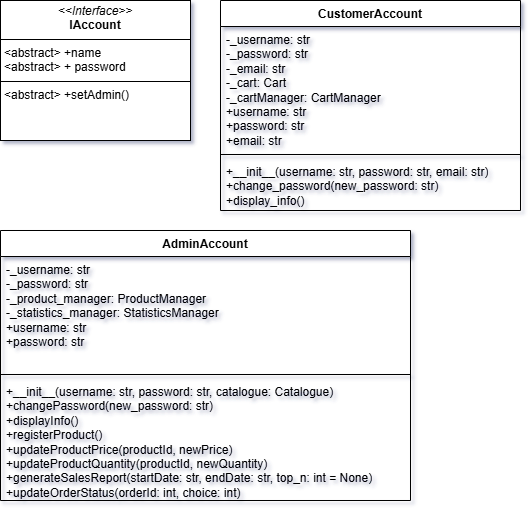
Earlier version of the draw.io export Documentation/Account.drawio.png (Arunchakrey/software_archers). Source tidied: cells renumbered, new cells last; positions are measured from the earlier drawing's top-left corner, leaving out a move shared by most shapes. Its diagram source:
```xml
<mxGraphModel>
  <root>
    <mxCell id="0" />
    <mxCell id="1" parent="0" />
    <mxCell id="2" value="CustomerAccount" style="swimlane;fontStyle=1;align=center;verticalAlign=top;horizontal=1;startSize=26;whiteSpace=wrap;html=1;" parent="1" vertex="1">
      <mxGeometry x="220" width="300" height="210" as="geometry" />
    </mxCell>
    <mxCell id="3" value="-_username: str&lt;div&gt;-_password: str&lt;/div&gt;&lt;div&gt;-_email: str&lt;/div&gt;&lt;div&gt;-_cart: Cart&lt;/div&gt;&lt;div&gt;&lt;div&gt;-_cartManager: CartManager&lt;/div&gt;&lt;/div&gt;&lt;div&gt;+username: str&lt;div&gt;+password: str&lt;/div&gt;&lt;div&gt;+email: str&lt;/div&gt;&lt;/div&gt;" style="text;strokeColor=none;fillColor=none;align=left;verticalAlign=top;spacingLeft=4;spacingRight=4;overflow=hidden;whiteSpace=wrap;html=1;" parent="2" vertex="1">
      <mxGeometry y="26" width="300" height="124" as="geometry" />
    </mxCell>
    <mxCell id="4" style="line;strokeWidth=1;fillColor=none;align=left;verticalAlign=middle;spacingTop=-1;spacingLeft=3;spacingRight=3;labelPosition=right;strokeColor=inherit;" parent="2" vertex="1">
      <mxGeometry y="150" width="300" height="8" as="geometry" />
    </mxCell>
    <mxCell id="5" value="&lt;div&gt;+__init__(username: str, password: str, email: str)&lt;/div&gt;&lt;div&gt;+change_password(new_password: str)&lt;/div&gt;&lt;div&gt;+display_info()&lt;/div&gt;&lt;div&gt;&lt;br&gt;&lt;/div&gt;" style="text;strokeColor=none;fillColor=none;align=left;verticalAlign=top;spacingLeft=4;spacingRight=4;overflow=hidden;whiteSpace=wrap;html=1;" parent="2" vertex="1">
      <mxGeometry y="158" width="300" height="52" as="geometry" />
    </mxCell>
    <mxCell id="6" value="&lt;p style=&quot;margin:0px;margin-top:4px;text-align:center;&quot;&gt;&lt;i&gt;&amp;lt;&amp;lt;Interface&amp;gt;&amp;gt;&lt;/i&gt;&lt;br&gt;&lt;b&gt;IAccount&lt;/b&gt;&lt;/p&gt;&lt;hr size=&quot;1&quot; style=&quot;border-style:solid;&quot;&gt;&lt;p style=&quot;margin:0px;margin-left:4px;&quot;&gt;&amp;lt;abstract&amp;gt; +name&lt;/p&gt;&lt;p style=&quot;margin:0px;margin-left:4px;&quot;&gt;&amp;lt;abstract&amp;gt; + password&lt;/p&gt;&lt;hr size=&quot;1&quot; style=&quot;border-style:solid;&quot;&gt;&lt;p style=&quot;margin:0px;margin-left:4px;&quot;&gt;&amp;lt;abstract&amp;gt; +setAdmin()&lt;/p&gt;" style="verticalAlign=top;align=left;overflow=fill;html=1;whiteSpace=wrap;" parent="1" vertex="1">
      <mxGeometry width="190" height="140" as="geometry" />
    </mxCell>
    <mxCell id="7" value="AdminAccount" style="swimlane;fontStyle=1;align=center;verticalAlign=top;horizontal=1;startSize=26;whiteSpace=wrap;html=1;" parent="1" vertex="1">
      <mxGeometry y="230" width="410" height="270" as="geometry" />
    </mxCell>
    <mxCell id="8" value="-_username: str&lt;div&gt;-_password: str&lt;/div&gt;&lt;div&gt;-_product_manager: ProductManager&lt;/div&gt;&lt;div&gt;&lt;div&gt;-_statistics_manager: StatisticsManager&lt;/div&gt;&lt;/div&gt;&lt;div&gt;+username: str&lt;div&gt;+password: str&lt;/div&gt;&lt;/div&gt;" style="text;strokeColor=none;fillColor=none;align=left;verticalAlign=top;spacingLeft=4;spacingRight=4;overflow=hidden;whiteSpace=wrap;html=1;" parent="7" vertex="1">
      <mxGeometry y="26" width="410" height="114" as="geometry" />
    </mxCell>
    <mxCell id="9" style="line;strokeWidth=1;fillColor=none;align=left;verticalAlign=middle;spacingTop=-1;spacingLeft=3;spacingRight=3;labelPosition=right;strokeColor=inherit;" parent="7" vertex="1">
      <mxGeometry y="140" width="410" height="8" as="geometry" />
    </mxCell>
    <mxCell id="10" value="&lt;div&gt;&lt;div&gt;+__init__(username: str, password: str, catalogue: Catalogue)&lt;/div&gt;&lt;div&gt;+changePassword(new_password: str)&lt;/div&gt;&lt;div&gt;+displayInfo()&lt;/div&gt;&lt;div&gt;+registerProduct()&lt;/div&gt;&lt;div&gt;+updateProductPrice(productId, newPrice)&lt;/div&gt;&lt;div&gt;+updateProductQuantity(productId, newQuantity)&lt;/div&gt;&lt;div&gt;+generateSalesReport(startDate: str, endDate: str, top_n: int = None)&lt;/div&gt;&lt;div&gt;+updateOrderStatus(orderId: int, choice: int)&lt;/div&gt;&lt;/div&gt;" style="text;strokeColor=none;fillColor=none;align=left;verticalAlign=top;spacingLeft=4;spacingRight=4;overflow=hidden;whiteSpace=wrap;html=1;" parent="7" vertex="1">
      <mxGeometry y="148" width="410" height="122" as="geometry" />
    </mxCell>
  </root>
</mxGraphModel>
```
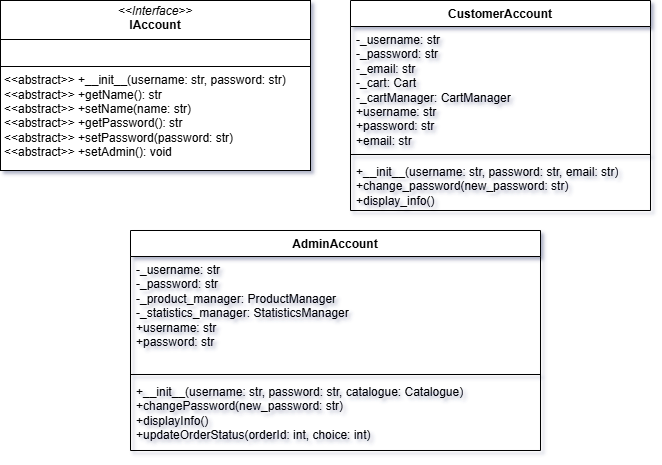
After the commit.

What changed in the source:
```diff
@@ -14,11 +14,11 @@
     <mxCell id="5" value="&lt;div&gt;+__init__(username: str, password: str, email: str)&lt;/div&gt;&lt;div&gt;+change_password(new_password: str)&lt;/div&gt;&lt;div&gt;+display_info()&lt;/div&gt;&lt;div&gt;&lt;br&gt;&lt;/div&gt;" style="text;strokeColor=none;fillColor=none;align=left;verticalAlign=top;spacingLeft=4;spacingRight=4;overflow=hidden;whiteSpace=wrap;html=1;" parent="2" vertex="1">
       <mxGeometry y="158" width="300" height="52" as="geometry" />
     </mxCell>
-    <mxCell id="6" value="&lt;p style=&quot;margin:0px;margin-top:4px;text-align:center;&quot;&gt;&lt;i&gt;&amp;lt;&amp;lt;Interface&amp;gt;&amp;gt;&lt;/i&gt;&lt;br&gt;&lt;b&gt;IAccount&lt;/b&gt;&lt;/p&gt;&lt;hr size=&quot;1&quot; style=&quot;border-style:solid;&quot;&gt;&lt;p style=&quot;margin:0px;margin-left:4px;&quot;&gt;&amp;lt;abstract&amp;gt; +name&lt;/p&gt;&lt;p style=&quot;margin:0px;margin-left:4px;&quot;&gt;&amp;lt;abstract&amp;gt; + password&lt;/p&gt;&lt;hr size=&quot;1&quot; style=&quot;border-style:solid;&quot;&gt;&lt;p style=&quot;margin:0px;margin-left:4px;&quot;&gt;&amp;lt;abstract&amp;gt; +setAdmin()&lt;/p&gt;" style="verticalAlign=top;align=left;overflow=fill;html=1;whiteSpace=wrap;" parent="1" vertex="1">
-      <mxGeometry width="190" height="140" as="geometry" />
+    <mxCell id="6" value="&lt;p style=&quot;margin:0px;margin-top:4px;text-align:center;&quot;&gt;&lt;i&gt;&amp;lt;&amp;lt;Interface&amp;gt;&amp;gt;&lt;/i&gt;&lt;br&gt;&lt;b&gt;IAccount&lt;/b&gt;&lt;/p&gt;&lt;hr size=&quot;1&quot; style=&quot;border-style:solid;&quot;&gt;&lt;p style=&quot;margin:0px;margin-left:4px;&quot;&gt;&lt;br&gt;&lt;/p&gt;&lt;hr size=&quot;1&quot; style=&quot;border-style:solid;&quot;&gt;&lt;p style=&quot;margin:0px;margin-left:4px;&quot;&gt;&amp;lt;&amp;lt;abstract&amp;gt;&amp;gt; +__init__(username: str, password: str)&lt;/p&gt;&lt;p style=&quot;margin:0px;margin-left:4px;&quot;&gt;&amp;lt;&amp;lt;abstract&amp;gt;&amp;gt; +getName(): str&lt;/p&gt;&lt;p style=&quot;margin:0px;margin-left:4px;&quot;&gt;&amp;lt;&amp;lt;abstract&amp;gt;&amp;gt; +setName(name: str)&lt;/p&gt;&lt;p style=&quot;margin:0px;margin-left:4px;&quot;&gt;&amp;lt;&amp;lt;abstract&amp;gt;&amp;gt; +getPassword(): str&lt;/p&gt;&lt;p style=&quot;margin:0px;margin-left:4px;&quot;&gt;&amp;lt;&amp;lt;abstract&amp;gt;&amp;gt; +setPassword(password: str)&lt;/p&gt;&lt;p style=&quot;margin:0px;margin-left:4px;&quot;&gt;&amp;lt;&amp;lt;abstract&amp;gt;&amp;gt; +setAdmin(): void&lt;/p&gt;&lt;p style=&quot;margin:0px;margin-left:4px;&quot;&gt;&lt;br&gt;&lt;/p&gt;" style="verticalAlign=top;align=left;overflow=fill;html=1;whiteSpace=wrap;" parent="1" vertex="1">
+      <mxGeometry x="-130" width="310" height="170" as="geometry" />
     </mxCell>
     <mxCell id="7" value="AdminAccount" style="swimlane;fontStyle=1;align=center;verticalAlign=top;horizontal=1;startSize=26;whiteSpace=wrap;html=1;" parent="1" vertex="1">
-      <mxGeometry y="230" width="410" height="270" as="geometry" />
+      <mxGeometry y="230" width="410" height="220" as="geometry" />
     </mxCell>
     <mxCell id="8" value="-_username: str&lt;div&gt;-_password: str&lt;/div&gt;&lt;div&gt;-_product_manager: ProductManager&lt;/div&gt;&lt;div&gt;&lt;div&gt;-_statistics_manager: StatisticsManager&lt;/div&gt;&lt;/div&gt;&lt;div&gt;+username: str&lt;div&gt;+password: str&lt;/div&gt;&lt;/div&gt;" style="text;strokeColor=none;fillColor=none;align=left;verticalAlign=top;spacingLeft=4;spacingRight=4;overflow=hidden;whiteSpace=wrap;html=1;" parent="7" vertex="1">
       <mxGeometry y="26" width="410" height="114" as="geometry" />
@@ -26,8 +26,8 @@
     <mxCell id="9" style="line;strokeWidth=1;fillColor=none;align=left;verticalAlign=middle;spacingTop=-1;spacingLeft=3;spacingRight=3;labelPosition=right;strokeColor=inherit;" parent="7" vertex="1">
       <mxGeometry y="140" width="410" height="8" as="geometry" />
     </mxCell>
-    <mxCell id="10" value="&lt;div&gt;&lt;div&gt;+__init__(username: str, password: str, catalogue: Catalogue)&lt;/div&gt;&lt;div&gt;+changePassword(new_password: str)&lt;/div&gt;&lt;div&gt;+displayInfo()&lt;/div&gt;&lt;div&gt;+registerProduct()&lt;/div&gt;&lt;div&gt;+updateProductPrice(productId, newPrice)&lt;/div&gt;&lt;div&gt;+updateProductQuantity(productId, newQuantity)&lt;/div&gt;&lt;div&gt;+generateSalesReport(startDate: str, endDate: str, top_n: int = None)&lt;/div&gt;&lt;div&gt;+updateOrderStatus(orderId: int, choice: int)&lt;/div&gt;&lt;/div&gt;" style="text;strokeColor=none;fillColor=none;align=left;verticalAlign=top;spacingLeft=4;spacingRight=4;overflow=hidden;whiteSpace=wrap;html=1;" parent="7" vertex="1">
-      <mxGeometry y="148" width="410" height="122" as="geometry" />
+    <mxCell id="10" value="&lt;div&gt;+__init__(username: str, password: str, catalogue: Catalogue)&lt;/div&gt;&lt;div&gt;+changePassword(new_password: str)&lt;/div&gt;&lt;div&gt;+displayInfo()&lt;/div&gt;&lt;div&gt;&lt;span style=&quot;background-color: transparent; color: light-dark(rgb(0, 0, 0), rgb(255, 255, 255));&quot;&gt;+updateOrderStatus(orderId: int, choice: int)&lt;/span&gt;&lt;/div&gt;" style="text;strokeColor=none;fillColor=none;align=left;verticalAlign=top;spacingLeft=4;spacingRight=4;overflow=hidden;whiteSpace=wrap;html=1;" parent="7" vertex="1">
+      <mxGeometry y="148" width="410" height="72" as="geometry" />
     </mxCell>
   </root>
 </mxGraphModel>
```
